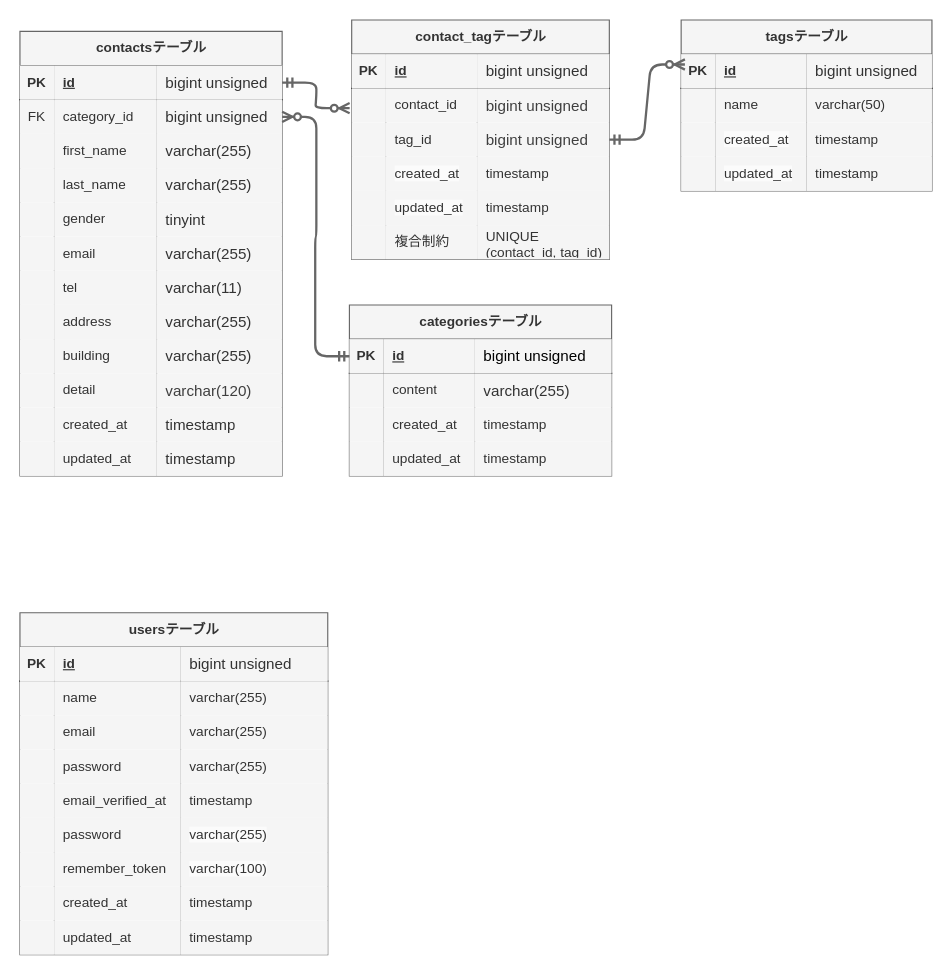
This is docs/er.drawio from taiga-kawakubo/contact-form-app, a draw.io file, before an edit. Source tidied: cells renumbered, new cells numbered last; positions are measured from the earlier drawing's top-left corner, leaving out a move shared by most shapes. Both pictures are drawn from the tidied source at 114%, with x=0, y=0 at pixel (19, 19).
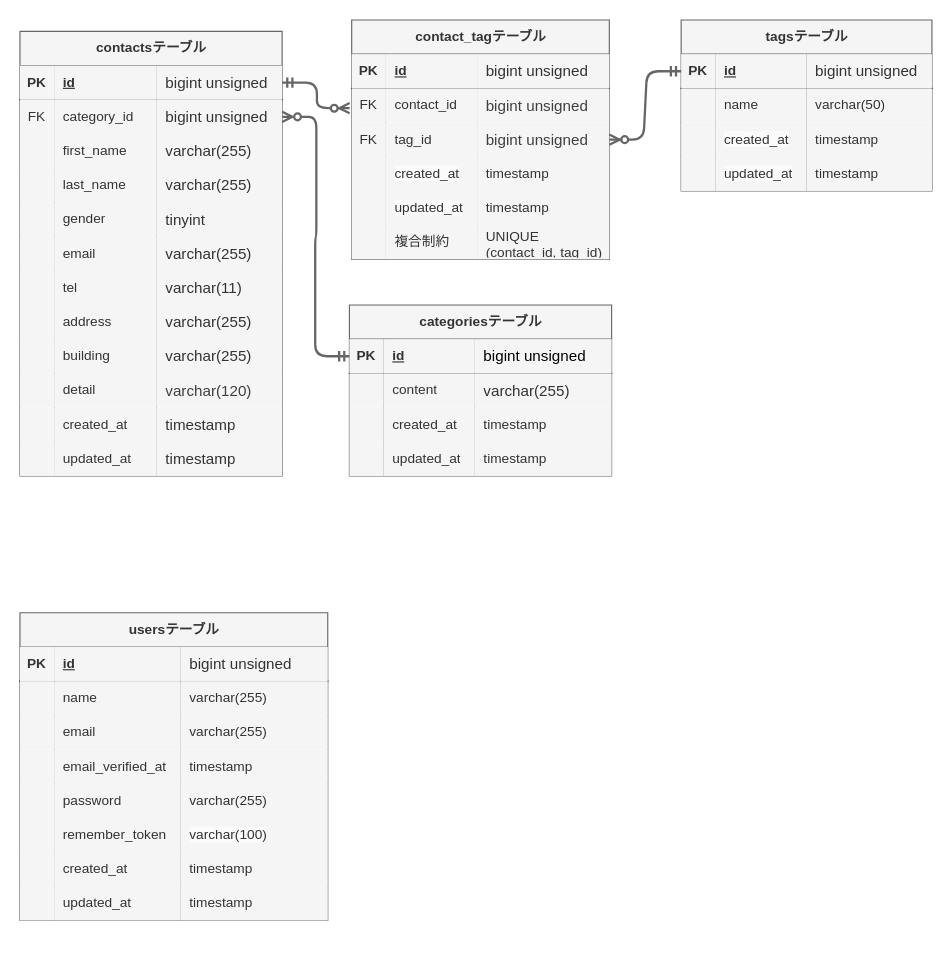
The same page after the edit.

The change refers to these unchanged cells:
```xml
<mxCell id="3" style="shape=tableRow;horizontal=0;startSize=0;swimlaneHead=0;swimlaneBody=0;fillColor=none;points=[[0,0.5],[1,0.5]];portConstraint=eastwest;top=0;left=0;right=0;bottom=1;" parent="2" vertex="1">
  <mxGeometry y="30" width="230" height="30" as="geometry" />
</mxCell>
<mxCell id="7" style="shape=tableRow;horizontal=0;startSize=0;swimlaneHead=0;swimlaneBody=0;fillColor=none;points=[[0,0.5],[1,0.5]];portConstraint=eastwest;top=0;left=0;right=0;bottom=0;" parent="2" vertex="1">
  <mxGeometry y="60" width="230" height="30" as="geometry" />
</mxCell>
<mxCell id="52" style="shape=tableRow;horizontal=0;startSize=0;swimlaneHead=0;swimlaneBody=0;fillColor=none;points=[[0,0.5],[1,0.5]];portConstraint=eastwest;top=0;left=0;right=0;bottom=1;" parent="51" vertex="1">
  <mxGeometry y="30" width="230" height="30" as="geometry" />
</mxCell>
<mxCell id="69" style="shape=tableRow;horizontal=0;startSize=0;swimlaneHead=0;swimlaneBody=0;fillColor=none;points=[[0,0.5],[1,0.5]];portConstraint=eastwest;top=0;left=0;right=0;bottom=1;" parent="68" vertex="1">
  <mxGeometry y="30" width="220" height="30" as="geometry" />
</mxCell>
<mxCell id="99" style="shape=tableRow;horizontal=0;startSize=0;swimlaneHead=0;swimlaneBody=0;fillColor=none;top=0;left=0;right=0;bottom=0;" parent="86" vertex="1">
  <mxGeometry y="120" width="270" height="30" as="geometry" />
</mxCell>
<mxCell id="103" style="shape=tableRow;horizontal=0;startSize=0;swimlaneHead=0;swimlaneBody=0;fillColor=none;top=0;left=0;right=0;bottom=0;" parent="86" vertex="1">
  <mxGeometry y="150" width="270" height="30" as="geometry" />
</mxCell>
<mxCell id="128" style="shape=tableRow;horizontal=0;startSize=0;swimlaneHead=0;swimlaneBody=0;fillColor=none;points=[[0,0.5],[1,0.5]];portConstraint=eastwest;top=0;left=0;right=0;bottom=0;" parent="123" vertex="1">
  <mxGeometry y="60" width="226" height="30" as="geometry" />
</mxCell>
<mxCell id="132" style="shape=tableRow;horizontal=0;startSize=0;swimlaneHead=0;swimlaneBody=0;fillColor=none;points=[[0,0.5],[1,0.5]];portConstraint=eastwest;top=0;left=0;right=0;bottom=0;" parent="123" vertex="1">
  <mxGeometry y="90" width="226" height="30" as="geometry" />
</mxCell>
```

Diff of the diagram source:
```diff
@@
-    <mxCell id="85" style="edgeStyle=entityRelationEdgeStyle;fontSize=12;html=1;endArrow=ERzeroToMany;startArrow=ERmandOne;exitX=0;exitY=0.5;exitDx=0;exitDy=0;entryX=1;entryY=0.5;entryDx=0;entryDy=0;fontColor=#F9F9F9;fillColor=#f5f5f5;strokeColor=#666666;strokeWidth=2;" parent="1" edge="1" source="52" target="7">
+    <mxCell id="85" style="edgeStyle=entityRelationEdgeStyle;fontSize=12;html=1;endArrow=ERzeroToMany;startArrow=ERmandOne;exitX=0;exitY=0.5;exitDx=0;exitDy=0;entryX=1;entryY=0.5;entryDx=0;entryDy=0;fontColor=#F9F9F9;fillColor=#f5f5f5;strokeColor=#666666;strokeWidth=2;endFill=0;" parent="1" edge="1" source="52" target="7">
       <mxGeometry relative="1" as="geometry" />
     </mxCell>
     <mxCell id="86" value="usersテーブル" style="shape=table;startSize=30;childLayout=tableLayout;rowLines=0;fontStyle=1;align=center;html=1;fillColor=#f5f5f5;fontColor=#333333;strokeColor=#666666;" parent="1" vertex="1">
-      <mxGeometry y="520" width="270" height="300" as="geometry" />
+      <mxGeometry y="520" width="270" height="270" as="geometry" />
     </mxCell>
@@
-    <mxCell id="101" value="password" style="shape=partialRectangle;fillColor=#f5f5f5;top=0;left=0;bottom=0;right=0;align=left;spacingLeft=6;overflow=hidden;whiteSpace=wrap;html=1;fontColor=#333333;strokeColor=#666666;" parent="99" vertex="1">
+    <mxCell id="101" value="&lt;span style=&quot;color: rgb(51, 51, 51);&quot;&gt;email_verified_at&lt;/span&gt;" style="shape=partialRectangle;fillColor=#f5f5f5;top=0;left=0;bottom=0;right=0;align=left;spacingLeft=6;overflow=hidden;whiteSpace=wrap;html=1;fontColor=#333333;strokeColor=#666666;" parent="99" vertex="1">
       <mxGeometry x="30" width="111" height="30" as="geometry" />
     </mxCell>
-    <mxCell id="102" value="varchar(255)" style="shape=partialRectangle;fillColor=#f5f5f5;top=0;left=0;bottom=0;right=0;align=left;spacingLeft=6;overflow=hidden;whiteSpace=wrap;html=1;fontColor=#333333;strokeColor=#666666;" parent="99" vertex="1">
+    <mxCell id="102" value="&lt;span style=&quot;color: rgb(51, 51, 51);&quot;&gt;timestamp&lt;/span&gt;" style="shape=partialRectangle;fillColor=#f5f5f5;top=0;left=0;bottom=0;right=0;align=left;spacingLeft=6;overflow=hidden;whiteSpace=wrap;html=1;fontColor=#333333;strokeColor=#666666;" parent="99" vertex="1">
       <mxGeometry x="141" width="129" height="30" as="geometry" />
     </mxCell>
@@
-    <mxCell id="105" value="email_verified_at" style="shape=partialRectangle;fillColor=#f5f5f5;top=0;left=0;bottom=0;right=0;align=left;spacingLeft=6;overflow=hidden;whiteSpace=wrap;html=1;fontColor=#333333;strokeColor=#666666;" parent="103" vertex="1">
+    <mxCell id="105" value="password" style="shape=partialRectangle;fillColor=#f5f5f5;top=0;left=0;bottom=0;right=0;align=left;spacingLeft=6;overflow=hidden;whiteSpace=wrap;html=1;fontColor=#333333;strokeColor=#666666;" parent="103" vertex="1">
       <mxGeometry x="30" width="111" height="30" as="geometry" />
     </mxCell>
-    <mxCell id="106" value="timestamp" style="shape=partialRectangle;fillColor=#f5f5f5;top=0;left=0;bottom=0;right=0;align=left;spacingLeft=6;overflow=hidden;whiteSpace=wrap;html=1;fontColor=#333333;strokeColor=#666666;" parent="103" vertex="1">
+    <mxCell id="106" value="varchar(255)" style="shape=partialRectangle;fillColor=#f5f5f5;top=0;left=0;bottom=0;right=0;align=left;spacingLeft=6;overflow=hidden;whiteSpace=wrap;html=1;fontColor=#333333;strokeColor=#666666;" parent="103" vertex="1">
       <mxGeometry x="141" width="129" height="30" as="geometry" />
     </mxCell>
-    <mxCell id="107" style="shape=tableRow;horizontal=0;startSize=0;swimlaneHead=0;swimlaneBody=0;fillColor=none;top=0;left=0;right=0;bottom=0;" parent="86" vertex="1">
-      <mxGeometry y="180" width="270" height="30" as="geometry" />
-    </mxCell>
-    <mxCell id="108" style="shape=partialRectangle;fillColor=#f5f5f5;top=0;left=0;bottom=0;right=0;overflow=hidden;whiteSpace=wrap;html=1;fontColor=#333333;strokeColor=#666666;" parent="107" vertex="1">
-      <mxGeometry width="30" height="30" as="geometry" />
-    </mxCell>
-    <mxCell id="109" value="password" style="shape=partialRectangle;fillColor=#f5f5f5;top=0;left=0;bottom=0;right=0;align=left;spacingLeft=6;overflow=hidden;whiteSpace=wrap;html=1;fontColor=#333333;strokeColor=#666666;" parent="107" vertex="1">
-      <mxGeometry x="30" width="111" height="30" as="geometry" />
-    </mxCell>
-    <mxCell id="110" value="&lt;span style=&quot;color: rgb(51, 51, 51); font-family: Helvetica; font-size: 12px; font-style: normal; font-variant-ligatures: normal; font-variant-caps: normal; font-weight: 400; letter-spacing: normal; orphans: 2; text-align: left; text-indent: 0px; text-transform: none; widows: 2; word-spacing: 0px; -webkit-text-stroke-width: 0px; white-space: normal; background-color: rgb(251, 251, 251); text-decoration-thickness: initial; text-decoration-style: initial; text-decoration-color: initial; display: inline !important; float: none;&quot;&gt;varchar(255)&lt;/span&gt;" style="shape=partialRectangle;fillColor=#f5f5f5;top=0;left=0;bottom=0;right=0;align=left;spacingLeft=6;overflow=hidden;whiteSpace=wrap;html=1;fontColor=#333333;strokeColor=#666666;" parent="107" vertex="1">
-      <mxGeometry x="141" width="129" height="30" as="geometry" />
-    </mxCell>
     <mxCell id="111" style="shape=tableRow;horizontal=0;startSize=0;swimlaneHead=0;swimlaneBody=0;fillColor=none;top=0;left=0;right=0;bottom=0;" parent="86" vertex="1">
-      <mxGeometry y="210" width="270" height="30" as="geometry" />
+      <mxGeometry y="180" width="270" height="30" as="geometry" />
     </mxCell>
@@
     <mxCell id="115" style="shape=tableRow;horizontal=0;startSize=0;swimlaneHead=0;swimlaneBody=0;fillColor=none;top=0;left=0;right=0;bottom=0;" parent="86" vertex="1">
-      <mxGeometry y="240" width="270" height="30" as="geometry" />
+      <mxGeometry y="210" width="270" height="30" as="geometry" />
     </mxCell>
@@
     <mxCell id="119" style="shape=tableRow;horizontal=0;startSize=0;swimlaneHead=0;swimlaneBody=0;fillColor=none;top=0;left=0;right=0;bottom=0;" parent="86" vertex="1">
-      <mxGeometry y="270" width="270" height="30" as="geometry" />
+      <mxGeometry y="240" width="270" height="30" as="geometry" />
     </mxCell>
@@
-    <mxCell id="129" style="shape=partialRectangle;fillColor=#f5f5f5;top=0;left=0;bottom=0;right=0;overflow=hidden;whiteSpace=wrap;html=1;fontColor=#333333;strokeColor=#666666;" parent="128" vertex="1">
+    <mxCell id="129" value="FK" style="shape=partialRectangle;fillColor=#f5f5f5;top=0;left=0;bottom=0;right=0;overflow=hidden;whiteSpace=wrap;html=1;fontColor=#333333;strokeColor=#666666;" parent="128" vertex="1">
       <mxGeometry width="30" height="30" as="geometry" />
     </mxCell>
@@
-    <mxCell id="133" style="shape=partialRectangle;fillColor=#f5f5f5;top=0;left=0;bottom=0;right=0;overflow=hidden;whiteSpace=wrap;html=1;fontColor=#333333;strokeColor=#666666;" parent="132" vertex="1">
+    <mxCell id="133" value="FK" style="shape=partialRectangle;fillColor=#f5f5f5;top=0;left=0;bottom=0;right=0;overflow=hidden;whiteSpace=wrap;html=1;fontColor=#333333;strokeColor=#666666;" parent="132" vertex="1">
       <mxGeometry width="30" height="30" as="geometry" />
     </mxCell>
@@
-    <mxCell id="148" style="edgeStyle=entityRelationEdgeStyle;fontSize=12;html=1;endArrow=ERzeroToMany;startArrow=ERmandOne;exitX=1;exitY=0.5;exitDx=0;exitDy=0;entryX=-0.008;entryY=0.581;entryDx=0;entryDy=0;entryPerimeter=0;strokeWidth=2;strokeColor=light-dark(#666666, #ededed);" parent="1" edge="1" source="3" target="128">
+    <mxCell id="148" style="edgeStyle=orthogonalEdgeStyle;fontSize=12;html=1;endArrow=ERzeroToMany;startArrow=ERmandOne;exitX=1;exitY=0.5;exitDx=0;exitDy=0;entryX=-0.008;entryY=0.581;entryDx=0;entryDy=0;entryPerimeter=0;strokeWidth=2;strokeColor=light-dark(#666666, #ededed);startFill=0;" parent="1" edge="1" source="3" target="128">
       <mxGeometry relative="1" as="geometry" />
     </mxCell>
-    <mxCell id="149" style="edgeStyle=entityRelationEdgeStyle;fontSize=12;html=1;endArrow=ERzeroToMany;startArrow=ERmandOne;entryX=0.015;entryY=0.303;entryDx=0;entryDy=0;strokeWidth=2;strokeColor=light-dark(#666666, #ededed);entryPerimeter=0;" parent="1" edge="1" source="132" target="69">
+    <mxCell id="149" style="edgeStyle=entityRelationEdgeStyle;fontSize=12;html=1;endArrow=ERzeroToMany;startArrow=ERmandOne;strokeWidth=2;strokeColor=light-dark(#666666, #ededed);exitX=0;exitY=0.5;exitDx=0;exitDy=0;startFill=0;" parent="1" edge="1" source="69" target="132">
       <mxGeometry relative="1" as="geometry" />
     </mxCell>
```
